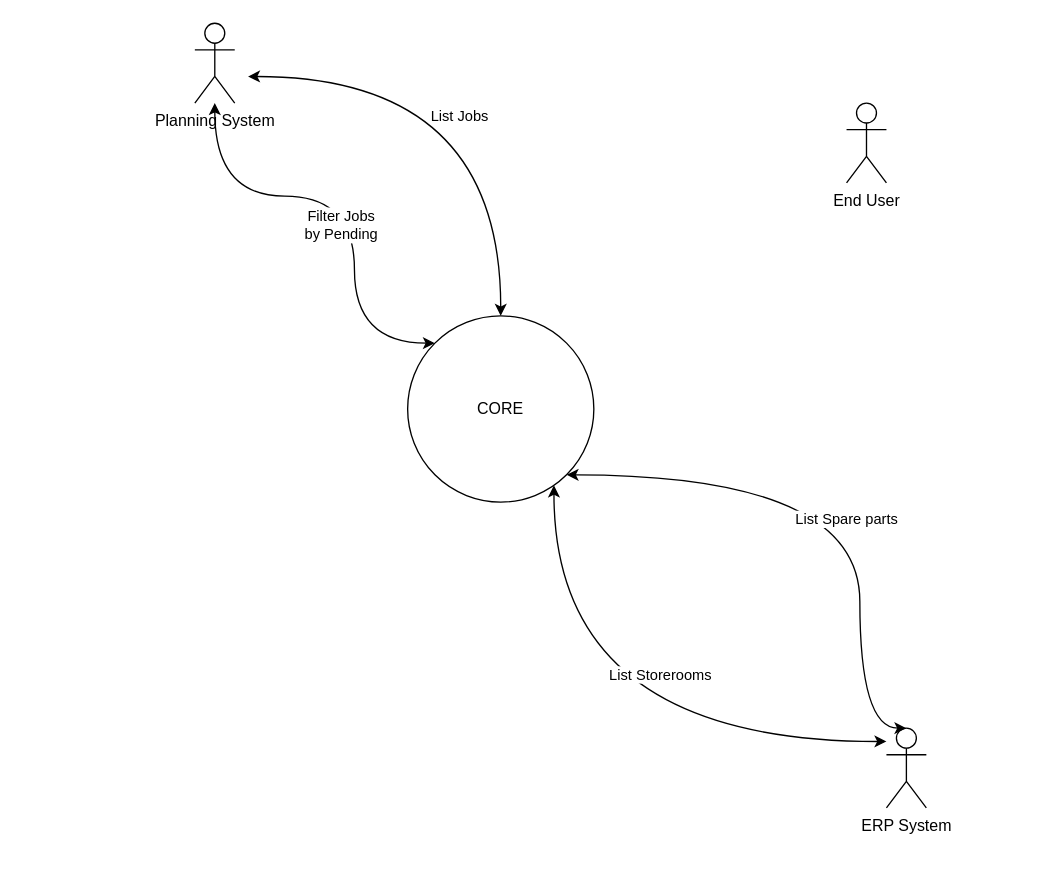
This is page "Page-2" (2 of 5) of Bentley.drawio from giuberti/diagrams, a draw.io file, before an edit. Source tidied: cells renumbered, new cells numbered last; positions are measured from the earlier drawing's top-left corner, leaving out a move shared by most shapes. Both pictures are drawn from the tidied source at 133%, with x=0, y=0 at pixel (194, 23).
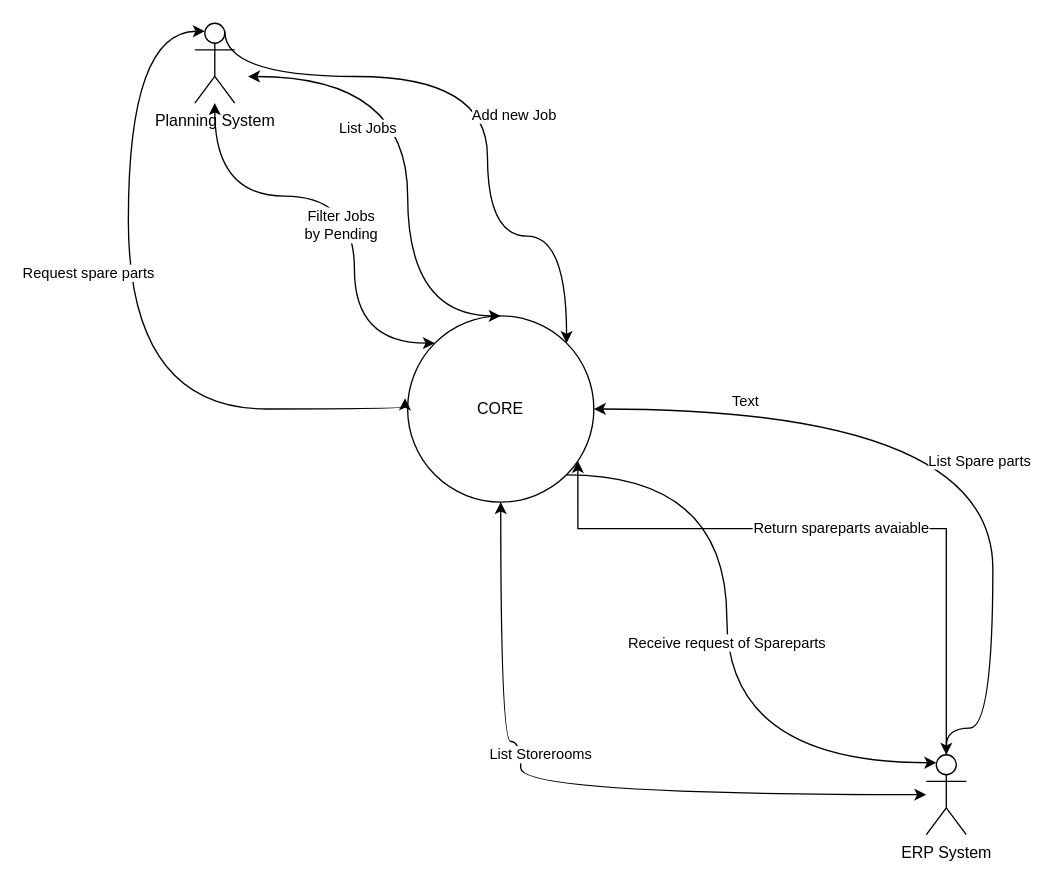
The same diagram, later.

Unchanged cells that the change refers to:
```xml
<mxCell id="2" value="CORE" style="ellipse;whiteSpace=wrap;html=1;" parent="1" vertex="1">
  <mxGeometry x="160" y="220" width="140" height="140" as="geometry" />
</mxCell>
<mxCell id="3" value="Planning System" style="shape=umlActor;verticalLabelPosition=bottom;verticalAlign=top;html=1;outlineConnect=0;" parent="1" vertex="1">
  <mxGeometry width="30" height="60" as="geometry" />
</mxCell>
```

Change to the diagram source:
```diff
@@
+    <mxCell id="10" value="Receive request of Spareparts" style="edgeStyle=orthogonalEdgeStyle;rounded=0;jettySize=auto;html=1;entryX=0.25;entryY=0.1;entryDx=0;entryDy=0;entryPerimeter=0;curved=1;exitX=1;exitY=1;exitDx=0;exitDy=0;" parent="1" edge="1" source="2" target="4">
+      <mxGeometry relative="1" as="geometry">
+        <Array as="points">
+          <mxPoint x="400" y="340" />
+          <mxPoint x="400" y="556" />
+        </Array>
+      </mxGeometry>
+    </mxCell>
@@
+    <mxCell id="11" value="Return spareparts avaiable" style="edgeStyle=orthogonalEdgeStyle;rounded=0;jettySize=auto;html=1;entryX=0.914;entryY=0.779;entryDx=0;entryDy=0;entryPerimeter=0;" parent="1" edge="1" source="4" target="2">
+      <mxGeometry relative="1" as="geometry">
+        <Array as="points">
+          <mxPoint x="565" y="380" />
+          <mxPoint x="288" y="380" />
+        </Array>
+      </mxGeometry>
+    </mxCell>
     <mxCell id="4" value="ERP System" style="shape=umlActor;verticalLabelPosition=bottom;verticalAlign=top;html=1;outlineConnect=0;" parent="1" vertex="1">
-      <mxGeometry x="520" y="530" width="30" height="60" as="geometry" />
+      <mxGeometry x="550" y="550" width="30" height="60" as="geometry" />
     </mxCell>
     <mxCell id="5" value="List Jobs" style="endArrow=classic;startArrow=classic;html=1;rounded=0;exitX=0.5;exitY=0;exitDx=0;exitDy=0;edgeStyle=orthogonalEdgeStyle;curved=1;" parent="1" edge="1" source="2">
       <mxGeometry x="0.14" y="30" relative="1" as="geometry">
         <mxPoint x="40" y="40" as="targetPoint" />
         <Array as="points">
-          <mxPoint x="230" y="40" />
+          <mxPoint x="160" y="220" />
+          <mxPoint x="160" y="40" />
         </Array>
       </mxGeometry>
     </mxCell>
@@
-    <mxCell id="7" value="List Spare parts" style="endArrow=classic;startArrow=classic;html=1;rounded=0;exitX=0.5;exitY=0;exitDx=0;exitDy=0;edgeStyle=orthogonalEdgeStyle;curved=1;exitPerimeter=0;entryX=1;entryY=1;entryDx=0;entryDy=0;" parent="1" edge="1" source="4" target="2">
+    <mxCell id="7" value="List Spare parts" style="endArrow=classic;startArrow=classic;html=1;rounded=0;exitX=0.5;exitY=0;exitDx=0;exitDy=0;edgeStyle=orthogonalEdgeStyle;curved=1;exitPerimeter=0;entryX=1;entryY=0.5;entryDx=0;entryDy=0;" parent="1" edge="1" source="4" target="2">
       <mxGeometry x="-0.14" y="10" relative="1" as="geometry">
         <Array as="points">
-          <mxPoint x="500" y="530" />
-          <mxPoint x="500" y="340" />
+          <mxPoint x="565" y="530" />
+          <mxPoint x="600" y="530" />
+          <mxPoint x="600" y="290" />
         </Array>
       </mxGeometry>
     </mxCell>
+    <mxCell id="12" value="Text" style="edgeLabel;html=1;align=center;verticalAlign=middle;" parent="7" vertex="1">
+      <mxGeometry x="0.62" y="-7" relative="1" as="geometry" />
+    </mxCell>
-    <mxCell id="8" value="List Storerooms" style="endArrow=classic;startArrow=classic;html=1;rounded=0;edgeStyle=orthogonalEdgeStyle;curved=1;" parent="1" edge="1" source="4" target="2">
-      <mxGeometry x="-0.23" y="-50" relative="1" as="geometry">
+    <mxCell id="8" value="List Storerooms" style="endArrow=classic;startArrow=classic;html=1;rounded=0;edgeStyle=orthogonalEdgeStyle;curved=1;entryX=0.5;entryY=1;entryDx=0;entryDy=0;" parent="1" edge="1" source="4" target="2">
+      <mxGeometry x="0.24" y="-15" relative="1" as="geometry">
         <Array as="points">
-          <mxPoint x="270" y="540" />
+          <mxPoint x="245" y="580" />
+          <mxPoint x="245" y="540" />
+          <mxPoint x="230" y="540" />
         </Array>
       </mxGeometry>
     </mxCell>
-    <mxCell id="9" value="End User" style="shape=umlActor;verticalLabelPosition=bottom;verticalAlign=top;html=1;" parent="1" vertex="1">
-      <mxGeometry x="490" y="60" width="30" height="60" as="geometry" />
-    </mxCell>
+    <mxCell id="13" value="&lt;div&gt;Add new Job&lt;/div&gt;" style="edgeStyle=orthogonalEdgeStyle;rounded=0;jettySize=auto;html=1;entryX=1;entryY=0;entryDx=0;entryDy=0;curved=1;exitX=0.75;exitY=0.1;exitDx=0;exitDy=0;exitPerimeter=0;" parent="1" edge="1" source="3" target="2">
+      <mxGeometry x="0.06" y="20" relative="1" as="geometry">
+        <Array as="points">
+          <mxPoint x="23" y="40" />
+          <mxPoint x="220" y="40" />
+          <mxPoint x="220" y="160" />
+          <mxPoint x="280" y="160" />
+        </Array>
+      </mxGeometry>
+    </mxCell>
+    <mxCell id="14" value="Request spare parts" style="endArrow=classic;startArrow=classic;html=1;rounded=0;exitX=-0.014;exitY=0.443;exitDx=0;exitDy=0;edgeStyle=orthogonalEdgeStyle;curved=1;exitPerimeter=0;entryX=0.25;entryY=0.1;entryDx=0;entryDy=0;entryPerimeter=0;" parent="1" edge="1" source="2" target="3">
+      <mxGeometry x="0.14" y="30" relative="1" as="geometry">
+        <Array as="points">
+          <mxPoint x="158" y="290" />
+          <mxPoint x="-50" y="290" />
+          <mxPoint x="-50" y="6" />
+        </Array>
+      </mxGeometry>
+    </mxCell>
```
